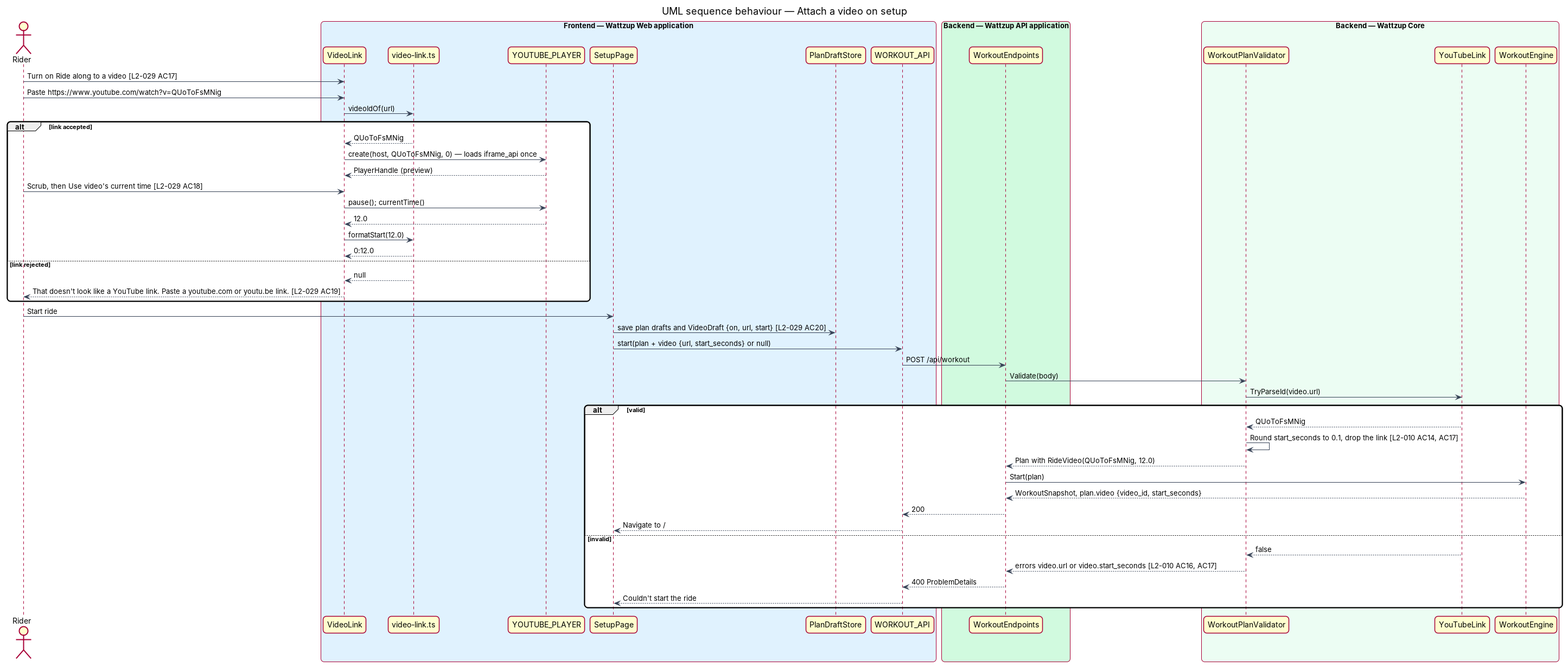
Earlier version of the PlantUML export docs/detailed-designs/workouts/ride-along-video/diagrams/sequence-attach-video.png (QuinntyneBrown/ride-one). Its source is kept beside it as docs/detailed-designs/workouts/ride-along-video/diagrams/sequence-attach-video.puml.
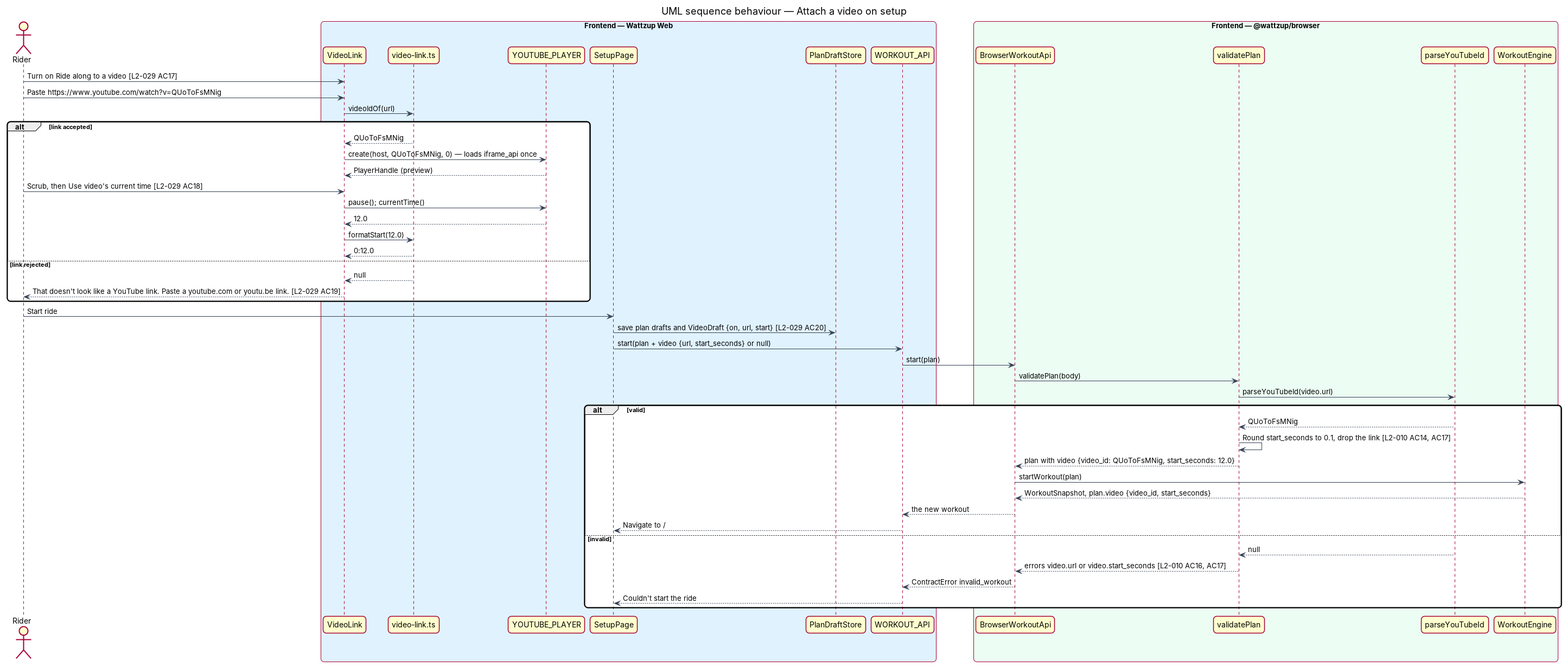
After the commit.

Change to the diagram source:
```diff
@@ -6,7 +6,7 @@
 skinparam defaultFontName Arial
 skinparam ArrowColor #344054
 actor "Rider" as rider
-box "Frontend — Wattzup Web application" #E0F2FE
+box "Frontend — Wattzup Web" #E0F2FE
   participant "VideoLink" as vl
   participant "video-link.ts" as rules
   participant "YOUTUBE_PLAYER" as player
@@ -14,12 +14,10 @@
   participant "PlanDraftStore" as store
   participant "WORKOUT_API" as client
 end box
-box "Backend — Wattzup API application" #D1FADF
-  participant "WorkoutEndpoints" as ep
-end box
-box "Backend — Wattzup Core" #ECFDF3
-  participant "WorkoutPlanValidator" as val
-  participant "YouTubeLink" as link
+box "Frontend — @wattzup/browser" #ECFDF3
+  participant "BrowserWorkoutApi" as ep
+  participant "validatePlan" as val
+  participant "parseYouTubeId" as link
   participant "WorkoutEngine" as engine
 end box
 
@@ -42,21 +40,21 @@
 rider -> page : Start ride
 page -> store : save plan drafts and VideoDraft {on, url, start} [L2-029 AC20]
 page -> client : start(plan + video {url, start_seconds} or null)
-client -> ep : POST /api/workout
-ep -> val : Validate(body)
-val -> link : TryParseId(video.url)
+client -> ep : start(plan)
+ep -> val : validatePlan(body)
+val -> link : parseYouTubeId(video.url)
 alt valid
   link --> val : QUoToFsMNig
   val -> val : Round start_seconds to 0.1, drop the link [L2-010 AC14, AC17]
-  val --> ep : Plan with RideVideo(QUoToFsMNig, 12.0)
-  ep -> engine : Start(plan)
+  val --> ep : plan with video {video_id: QUoToFsMNig, start_seconds: 12.0}
+  ep -> engine : startWorkout(plan)
   engine --> ep : WorkoutSnapshot, plan.video {video_id, start_seconds}
-  ep --> client : 200
+  ep --> client : the new workout
   client --> page : Navigate to /
 else invalid
-  link --> val : false
+  link --> val : null
   val --> ep : errors video.url or video.start_seconds [L2-010 AC16, AC17]
-  ep --> client : 400 ProblemDetails
+  ep --> client : ContractError invalid_workout
   client --> page : Couldn't start the ride
 end
 @enduml
```
